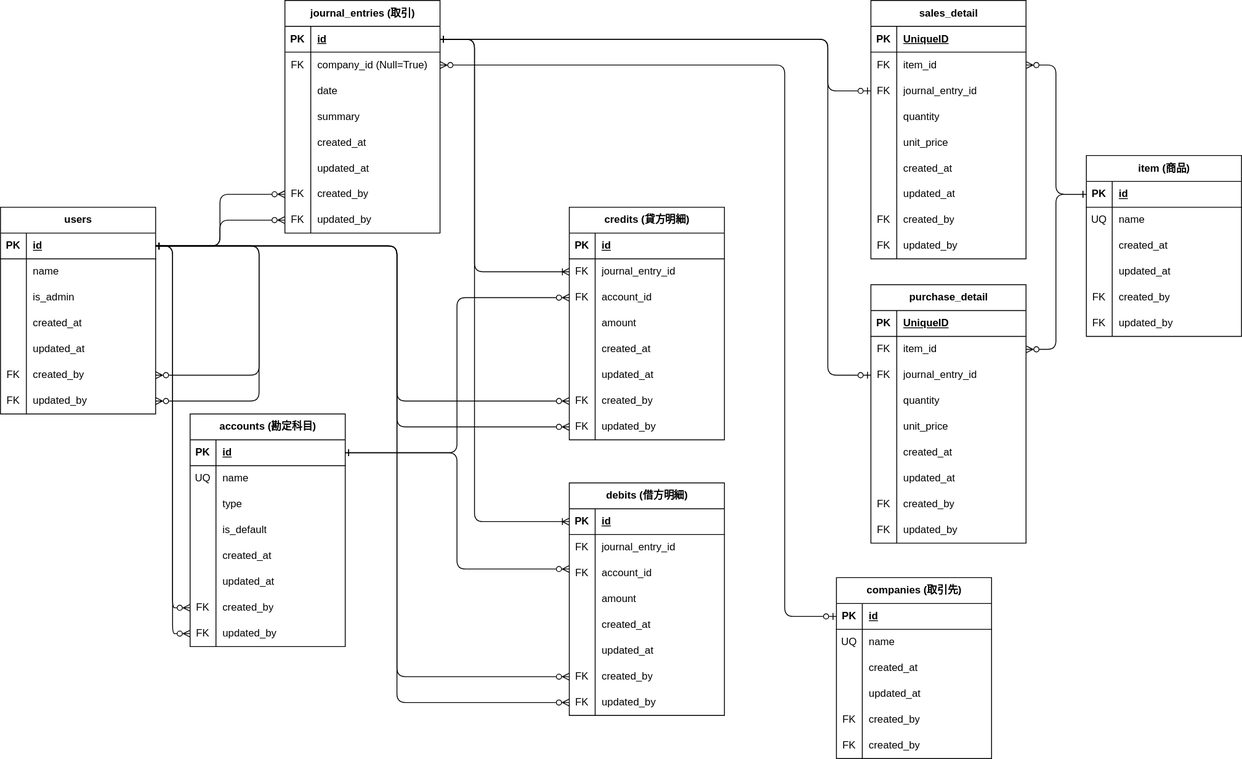
Earlier version of the draw.io export src/sample/ledger/e-r.drawio.svg (Kou-Yamaguchi/accounting). Source tidied: cells renumbered, new cells last; positions are measured from the earlier drawing's top-left corner, leaving out a move shared by most shapes.
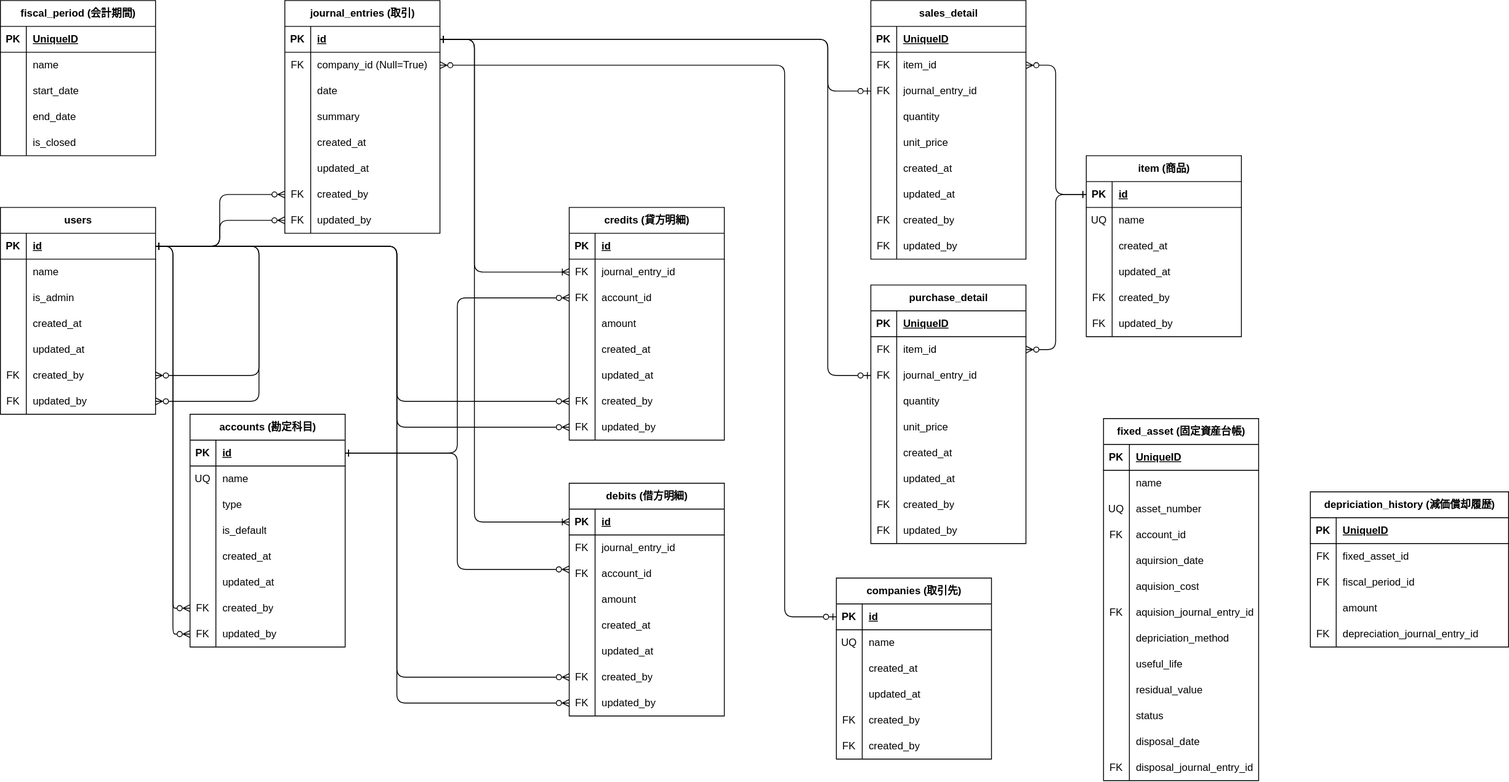
The same file after the commit.

The edit, as a diff of the source:
```diff
@@ -752,5 +752,221 @@
     <mxCell id="236" style="edgeStyle=elbowEdgeStyle;html=1;exitX=0;exitY=0.5;exitDx=0;exitDy=0;entryX=1;entryY=0.5;entryDx=0;entryDy=0;startArrow=ERone;startFill=0;endArrow=ERzeroToMany;endFill=0;" parent="1" edge="1" source="158" target="209">
       <mxGeometry relative="1" as="geometry" />
     </mxCell>
+    <mxCell id="237" value="fixed_asset (固定資産台帳)" style="shape=table;startSize=30;rowLines=0;fontStyle=1;align=center;html=1;" parent="1" vertex="1">
+      <mxGeometry x="1280" y="485" width="180" height="420" as="geometry" />
+    </mxCell>
+    <mxCell id="238" style="shape=tableRow;horizontal=0;startSize=0;swimlaneHead=0;swimlaneBody=0;fillColor=none;top=0;left=0;right=0;bottom=1;" parent="237" vertex="1">
+      <mxGeometry y="30" width="180" height="30" as="geometry" />
+    </mxCell>
+    <mxCell id="239" value="PK" style="shape=partialRectangle;fillColor=none;top=0;left=0;bottom=0;right=0;fontStyle=1;overflow=hidden;whiteSpace=wrap;html=1;" parent="238" vertex="1">
+      <mxGeometry width="30" height="30" as="geometry" />
+    </mxCell>
+    <mxCell id="240" value="UniqueID" style="shape=partialRectangle;fillColor=none;top=0;left=0;bottom=0;right=0;align=left;spacingLeft=6;fontStyle=5;overflow=hidden;whiteSpace=wrap;html=1;" parent="238" vertex="1">
+      <mxGeometry x="30" width="150" height="30" as="geometry" />
+    </mxCell>
+    <mxCell id="241" style="shape=tableRow;horizontal=0;startSize=0;swimlaneHead=0;swimlaneBody=0;fillColor=none;top=0;left=0;right=0;bottom=0;" parent="237" vertex="1">
+      <mxGeometry y="60" width="180" height="30" as="geometry" />
+    </mxCell>
+    <mxCell id="242" style="shape=partialRectangle;fillColor=none;top=0;left=0;bottom=0;right=0;overflow=hidden;whiteSpace=wrap;html=1;" parent="241" vertex="1">
+      <mxGeometry width="30" height="30" as="geometry" />
+    </mxCell>
+    <mxCell id="243" value="name" style="shape=partialRectangle;fillColor=none;top=0;left=0;bottom=0;right=0;align=left;spacingLeft=6;overflow=hidden;whiteSpace=wrap;html=1;" parent="241" vertex="1">
+      <mxGeometry x="30" width="150" height="30" as="geometry" />
+    </mxCell>
+    <mxCell id="244" style="shape=tableRow;horizontal=0;startSize=0;swimlaneHead=0;swimlaneBody=0;fillColor=none;top=0;left=0;right=0;bottom=0;" parent="237" vertex="1">
+      <mxGeometry y="90" width="180" height="30" as="geometry" />
+    </mxCell>
+    <mxCell id="245" value="UQ" style="shape=partialRectangle;fillColor=none;top=0;left=0;bottom=0;right=0;overflow=hidden;whiteSpace=wrap;html=1;" parent="244" vertex="1">
+      <mxGeometry width="30" height="30" as="geometry" />
+    </mxCell>
+    <mxCell id="246" value="asset_number" style="shape=partialRectangle;fillColor=none;top=0;left=0;bottom=0;right=0;align=left;spacingLeft=6;overflow=hidden;whiteSpace=wrap;html=1;" parent="244" vertex="1">
+      <mxGeometry x="30" width="150" height="30" as="geometry" />
+    </mxCell>
+    <mxCell id="247" style="shape=tableRow;horizontal=0;startSize=0;swimlaneHead=0;swimlaneBody=0;fillColor=none;top=0;left=0;right=0;bottom=0;" parent="237" vertex="1">
+      <mxGeometry y="120" width="180" height="30" as="geometry" />
+    </mxCell>
+    <mxCell id="248" value="FK" style="shape=partialRectangle;fillColor=none;top=0;left=0;bottom=0;right=0;overflow=hidden;whiteSpace=wrap;html=1;" parent="247" vertex="1">
+      <mxGeometry width="30" height="30" as="geometry" />
+    </mxCell>
+    <mxCell id="249" value="account_id" style="shape=partialRectangle;fillColor=none;top=0;left=0;bottom=0;right=0;align=left;spacingLeft=6;overflow=hidden;whiteSpace=wrap;html=1;" parent="247" vertex="1">
+      <mxGeometry x="30" width="150" height="30" as="geometry" />
+    </mxCell>
+    <mxCell id="250" style="shape=tableRow;horizontal=0;startSize=0;swimlaneHead=0;swimlaneBody=0;fillColor=none;top=0;left=0;right=0;bottom=0;" parent="237" vertex="1">
+      <mxGeometry y="150" width="180" height="30" as="geometry" />
+    </mxCell>
+    <mxCell id="251" style="shape=partialRectangle;fillColor=none;top=0;left=0;bottom=0;right=0;overflow=hidden;whiteSpace=wrap;html=1;" parent="250" vertex="1">
+      <mxGeometry width="30" height="30" as="geometry" />
+    </mxCell>
+    <mxCell id="252" value="aquirsion_date" style="shape=partialRectangle;fillColor=none;top=0;left=0;bottom=0;right=0;align=left;spacingLeft=6;overflow=hidden;whiteSpace=wrap;html=1;" parent="250" vertex="1">
+      <mxGeometry x="30" width="150" height="30" as="geometry" />
+    </mxCell>
+    <mxCell id="253" style="shape=tableRow;horizontal=0;startSize=0;swimlaneHead=0;swimlaneBody=0;fillColor=none;top=0;left=0;right=0;bottom=0;" parent="237" vertex="1">
+      <mxGeometry y="180" width="180" height="30" as="geometry" />
+    </mxCell>
+    <mxCell id="254" style="shape=partialRectangle;fillColor=none;top=0;left=0;bottom=0;right=0;overflow=hidden;whiteSpace=wrap;html=1;" parent="253" vertex="1">
+      <mxGeometry width="30" height="30" as="geometry" />
+    </mxCell>
+    <mxCell id="255" value="aquision_cost" style="shape=partialRectangle;fillColor=none;top=0;left=0;bottom=0;right=0;align=left;spacingLeft=6;overflow=hidden;whiteSpace=wrap;html=1;" parent="253" vertex="1">
+      <mxGeometry x="30" width="150" height="30" as="geometry" />
+    </mxCell>
+    <mxCell id="256" style="shape=tableRow;horizontal=0;startSize=0;swimlaneHead=0;swimlaneBody=0;fillColor=none;top=0;left=0;right=0;bottom=0;" parent="237" vertex="1">
+      <mxGeometry y="210" width="180" height="30" as="geometry" />
+    </mxCell>
+    <mxCell id="257" value="FK" style="shape=partialRectangle;fillColor=none;top=0;left=0;bottom=0;right=0;overflow=hidden;whiteSpace=wrap;html=1;" parent="256" vertex="1">
+      <mxGeometry width="30" height="30" as="geometry" />
+    </mxCell>
+    <mxCell id="258" value="aquision_journal_entry_id" style="shape=partialRectangle;fillColor=none;top=0;left=0;bottom=0;right=0;align=left;spacingLeft=6;overflow=hidden;whiteSpace=wrap;html=1;" parent="256" vertex="1">
+      <mxGeometry x="30" width="150" height="30" as="geometry" />
+    </mxCell>
+    <mxCell id="259" style="shape=tableRow;horizontal=0;startSize=0;swimlaneHead=0;swimlaneBody=0;fillColor=none;top=0;left=0;right=0;bottom=0;" parent="237" vertex="1">
+      <mxGeometry y="240" width="180" height="30" as="geometry" />
+    </mxCell>
+    <mxCell id="260" style="shape=partialRectangle;fillColor=none;top=0;left=0;bottom=0;right=0;overflow=hidden;whiteSpace=wrap;html=1;" parent="259" vertex="1">
+      <mxGeometry width="30" height="30" as="geometry" />
+    </mxCell>
+    <mxCell id="261" value="depriciation_method" style="shape=partialRectangle;fillColor=none;top=0;left=0;bottom=0;right=0;align=left;spacingLeft=6;overflow=hidden;whiteSpace=wrap;html=1;" parent="259" vertex="1">
+      <mxGeometry x="30" width="150" height="30" as="geometry" />
+    </mxCell>
+    <mxCell id="262" style="shape=tableRow;horizontal=0;startSize=0;swimlaneHead=0;swimlaneBody=0;fillColor=none;top=0;left=0;right=0;bottom=0;" parent="237" vertex="1">
+      <mxGeometry y="270" width="180" height="30" as="geometry" />
+    </mxCell>
+    <mxCell id="263" style="shape=partialRectangle;fillColor=none;top=0;left=0;bottom=0;right=0;overflow=hidden;whiteSpace=wrap;html=1;" parent="262" vertex="1">
+      <mxGeometry width="30" height="30" as="geometry" />
+    </mxCell>
+    <mxCell id="264" value="useful_life" style="shape=partialRectangle;fillColor=none;top=0;left=0;bottom=0;right=0;align=left;spacingLeft=6;overflow=hidden;whiteSpace=wrap;html=1;" parent="262" vertex="1">
+      <mxGeometry x="30" width="150" height="30" as="geometry" />
+    </mxCell>
+    <mxCell id="265" style="shape=tableRow;horizontal=0;startSize=0;swimlaneHead=0;swimlaneBody=0;fillColor=none;top=0;left=0;right=0;bottom=0;" parent="237" vertex="1">
+      <mxGeometry y="300" width="180" height="30" as="geometry" />
+    </mxCell>
+    <mxCell id="266" style="shape=partialRectangle;fillColor=none;top=0;left=0;bottom=0;right=0;overflow=hidden;whiteSpace=wrap;html=1;" parent="265" vertex="1">
+      <mxGeometry width="30" height="30" as="geometry" />
+    </mxCell>
+    <mxCell id="267" value="residual_value" style="shape=partialRectangle;fillColor=none;top=0;left=0;bottom=0;right=0;align=left;spacingLeft=6;overflow=hidden;whiteSpace=wrap;html=1;" parent="265" vertex="1">
+      <mxGeometry x="30" width="150" height="30" as="geometry" />
+    </mxCell>
+    <mxCell id="268" style="shape=tableRow;horizontal=0;startSize=0;swimlaneHead=0;swimlaneBody=0;fillColor=none;top=0;left=0;right=0;bottom=0;" parent="237" vertex="1">
+      <mxGeometry y="330" width="180" height="30" as="geometry" />
+    </mxCell>
+    <mxCell id="269" style="shape=partialRectangle;fillColor=none;top=0;left=0;bottom=0;right=0;overflow=hidden;whiteSpace=wrap;html=1;" parent="268" vertex="1">
+      <mxGeometry width="30" height="30" as="geometry" />
+    </mxCell>
+    <mxCell id="270" value="status" style="shape=partialRectangle;fillColor=none;top=0;left=0;bottom=0;right=0;align=left;spacingLeft=6;overflow=hidden;whiteSpace=wrap;html=1;" parent="268" vertex="1">
+      <mxGeometry x="30" width="150" height="30" as="geometry" />
+    </mxCell>
+    <mxCell id="271" style="shape=tableRow;horizontal=0;startSize=0;swimlaneHead=0;swimlaneBody=0;fillColor=none;top=0;left=0;right=0;bottom=0;" parent="237" vertex="1">
+      <mxGeometry y="360" width="180" height="30" as="geometry" />
+    </mxCell>
+    <mxCell id="272" style="shape=partialRectangle;fillColor=none;top=0;left=0;bottom=0;right=0;overflow=hidden;whiteSpace=wrap;html=1;" parent="271" vertex="1">
+      <mxGeometry width="30" height="30" as="geometry" />
+    </mxCell>
+    <mxCell id="273" value="disposal_date" style="shape=partialRectangle;fillColor=none;top=0;left=0;bottom=0;right=0;align=left;spacingLeft=6;overflow=hidden;whiteSpace=wrap;html=1;" parent="271" vertex="1">
+      <mxGeometry x="30" width="150" height="30" as="geometry" />
+    </mxCell>
+    <mxCell id="274" style="shape=tableRow;horizontal=0;startSize=0;swimlaneHead=0;swimlaneBody=0;fillColor=none;top=0;left=0;right=0;bottom=0;" parent="237" vertex="1">
+      <mxGeometry y="390" width="180" height="30" as="geometry" />
+    </mxCell>
+    <mxCell id="275" value="FK" style="shape=partialRectangle;fillColor=none;top=0;left=0;bottom=0;right=0;overflow=hidden;whiteSpace=wrap;html=1;" parent="274" vertex="1">
+      <mxGeometry width="30" height="30" as="geometry" />
+    </mxCell>
+    <mxCell id="276" value="disposal_journal_entry_id" style="shape=partialRectangle;fillColor=none;top=0;left=0;bottom=0;right=0;align=left;spacingLeft=6;overflow=hidden;whiteSpace=wrap;html=1;" parent="274" vertex="1">
+      <mxGeometry x="30" width="150" height="30" as="geometry" />
+    </mxCell>
+    <mxCell id="277" value="depriciation_history (減価償却履歴)" style="shape=table;startSize=30;rowLines=0;fontStyle=1;align=center;html=1;" parent="1" vertex="1">
+      <mxGeometry x="1520" y="570" width="230" height="180" as="geometry" />
+    </mxCell>
+    <mxCell id="278" style="shape=tableRow;horizontal=0;startSize=0;swimlaneHead=0;swimlaneBody=0;fillColor=none;top=0;left=0;right=0;bottom=1;" parent="277" vertex="1">
+      <mxGeometry y="30" width="230" height="30" as="geometry" />
+    </mxCell>
+    <mxCell id="279" value="PK" style="shape=partialRectangle;fillColor=none;top=0;left=0;bottom=0;right=0;fontStyle=1;overflow=hidden;whiteSpace=wrap;html=1;" parent="278" vertex="1">
+      <mxGeometry width="30" height="30" as="geometry" />
+    </mxCell>
+    <mxCell id="280" value="UniqueID" style="shape=partialRectangle;fillColor=none;top=0;left=0;bottom=0;right=0;align=left;spacingLeft=6;fontStyle=5;overflow=hidden;whiteSpace=wrap;html=1;" parent="278" vertex="1">
+      <mxGeometry x="30" width="200" height="30" as="geometry" />
+    </mxCell>
+    <mxCell id="281" style="shape=tableRow;horizontal=0;startSize=0;swimlaneHead=0;swimlaneBody=0;fillColor=none;top=0;left=0;right=0;bottom=0;" parent="277" vertex="1">
+      <mxGeometry y="60" width="230" height="30" as="geometry" />
+    </mxCell>
+    <mxCell id="282" value="FK" style="shape=partialRectangle;fillColor=none;top=0;left=0;bottom=0;right=0;overflow=hidden;whiteSpace=wrap;html=1;" parent="281" vertex="1">
+      <mxGeometry width="30" height="30" as="geometry" />
+    </mxCell>
+    <mxCell id="283" value="fixed_asset_id" style="shape=partialRectangle;fillColor=none;top=0;left=0;bottom=0;right=0;align=left;spacingLeft=6;overflow=hidden;whiteSpace=wrap;html=1;" parent="281" vertex="1">
+      <mxGeometry x="30" width="200" height="30" as="geometry" />
+    </mxCell>
+    <mxCell id="284" style="shape=tableRow;horizontal=0;startSize=0;swimlaneHead=0;swimlaneBody=0;fillColor=none;top=0;left=0;right=0;bottom=0;" parent="277" vertex="1">
+      <mxGeometry y="90" width="230" height="30" as="geometry" />
+    </mxCell>
+    <mxCell id="285" value="FK" style="shape=partialRectangle;fillColor=none;top=0;left=0;bottom=0;right=0;overflow=hidden;whiteSpace=wrap;html=1;" parent="284" vertex="1">
+      <mxGeometry width="30" height="30" as="geometry" />
+    </mxCell>
+    <mxCell id="286" value="fiscal_period_id" style="shape=partialRectangle;fillColor=none;top=0;left=0;bottom=0;right=0;align=left;spacingLeft=6;overflow=hidden;whiteSpace=wrap;html=1;" parent="284" vertex="1">
+      <mxGeometry x="30" width="200" height="30" as="geometry" />
+    </mxCell>
+    <mxCell id="287" style="shape=tableRow;horizontal=0;startSize=0;swimlaneHead=0;swimlaneBody=0;fillColor=none;top=0;left=0;right=0;bottom=0;" parent="277" vertex="1">
+      <mxGeometry y="120" width="230" height="30" as="geometry" />
+    </mxCell>
+    <mxCell id="288" style="shape=partialRectangle;fillColor=none;top=0;left=0;bottom=0;right=0;overflow=hidden;whiteSpace=wrap;html=1;" parent="287" vertex="1">
+      <mxGeometry width="30" height="30" as="geometry" />
+    </mxCell>
+    <mxCell id="289" value="amount" style="shape=partialRectangle;fillColor=none;top=0;left=0;bottom=0;right=0;align=left;spacingLeft=6;overflow=hidden;whiteSpace=wrap;html=1;" parent="287" vertex="1">
+      <mxGeometry x="30" width="200" height="30" as="geometry" />
+    </mxCell>
+    <mxCell id="290" style="shape=tableRow;horizontal=0;startSize=0;swimlaneHead=0;swimlaneBody=0;fillColor=none;top=0;left=0;right=0;bottom=0;" parent="277" vertex="1">
+      <mxGeometry y="150" width="230" height="30" as="geometry" />
+    </mxCell>
+    <mxCell id="291" value="FK" style="shape=partialRectangle;fillColor=none;top=0;left=0;bottom=0;right=0;overflow=hidden;whiteSpace=wrap;html=1;" parent="290" vertex="1">
+      <mxGeometry width="30" height="30" as="geometry" />
+    </mxCell>
+    <mxCell id="292" value="depreciation_journal_entry_id" style="shape=partialRectangle;fillColor=none;top=0;left=0;bottom=0;right=0;align=left;spacingLeft=6;overflow=hidden;whiteSpace=wrap;html=1;" parent="290" vertex="1">
+      <mxGeometry x="30" width="200" height="30" as="geometry" />
+    </mxCell>
+    <mxCell id="293" value="fiscal_period (会計期間)" style="shape=table;startSize=30;rowLines=0;fontStyle=1;align=center;html=1;" parent="1" vertex="1">
+      <mxGeometry width="180" height="180" as="geometry" />
+    </mxCell>
+    <mxCell id="294" style="shape=tableRow;horizontal=0;startSize=0;swimlaneHead=0;swimlaneBody=0;fillColor=none;top=0;left=0;right=0;bottom=1;" parent="293" vertex="1">
+      <mxGeometry y="30" width="180" height="30" as="geometry" />
+    </mxCell>
+    <mxCell id="295" value="PK" style="shape=partialRectangle;fillColor=none;top=0;left=0;bottom=0;right=0;fontStyle=1;overflow=hidden;whiteSpace=wrap;html=1;" parent="294" vertex="1">
+      <mxGeometry width="30" height="30" as="geometry" />
+    </mxCell>
+    <mxCell id="296" value="UniqueID" style="shape=partialRectangle;fillColor=none;top=0;left=0;bottom=0;right=0;align=left;spacingLeft=6;fontStyle=5;overflow=hidden;whiteSpace=wrap;html=1;" parent="294" vertex="1">
+      <mxGeometry x="30" width="150" height="30" as="geometry" />
+    </mxCell>
+    <mxCell id="297" style="shape=tableRow;horizontal=0;startSize=0;swimlaneHead=0;swimlaneBody=0;fillColor=none;top=0;left=0;right=0;bottom=0;" parent="293" vertex="1">
+      <mxGeometry y="60" width="180" height="30" as="geometry" />
+    </mxCell>
+    <mxCell id="298" style="shape=partialRectangle;fillColor=none;top=0;left=0;bottom=0;right=0;overflow=hidden;whiteSpace=wrap;html=1;" parent="297" vertex="1">
+      <mxGeometry width="30" height="30" as="geometry" />
+    </mxCell>
+    <mxCell id="299" value="name" style="shape=partialRectangle;fillColor=none;top=0;left=0;bottom=0;right=0;align=left;spacingLeft=6;overflow=hidden;whiteSpace=wrap;html=1;" parent="297" vertex="1">
+      <mxGeometry x="30" width="150" height="30" as="geometry" />
+    </mxCell>
+    <mxCell id="300" style="shape=tableRow;horizontal=0;startSize=0;swimlaneHead=0;swimlaneBody=0;fillColor=none;top=0;left=0;right=0;bottom=0;" parent="293" vertex="1">
+      <mxGeometry y="90" width="180" height="30" as="geometry" />
+    </mxCell>
+    <mxCell id="301" style="shape=partialRectangle;fillColor=none;top=0;left=0;bottom=0;right=0;overflow=hidden;whiteSpace=wrap;html=1;" parent="300" vertex="1">
+      <mxGeometry width="30" height="30" as="geometry" />
+    </mxCell>
+    <mxCell id="302" value="start_date" style="shape=partialRectangle;fillColor=none;top=0;left=0;bottom=0;right=0;align=left;spacingLeft=6;overflow=hidden;whiteSpace=wrap;html=1;" parent="300" vertex="1">
+      <mxGeometry x="30" width="150" height="30" as="geometry" />
+    </mxCell>
+    <mxCell id="303" style="shape=tableRow;horizontal=0;startSize=0;swimlaneHead=0;swimlaneBody=0;fillColor=none;top=0;left=0;right=0;bottom=0;" parent="293" vertex="1">
+      <mxGeometry y="120" width="180" height="30" as="geometry" />
+    </mxCell>
+    <mxCell id="304" style="shape=partialRectangle;fillColor=none;top=0;left=0;bottom=0;right=0;overflow=hidden;whiteSpace=wrap;html=1;" parent="303" vertex="1">
+      <mxGeometry width="30" height="30" as="geometry" />
+    </mxCell>
+    <mxCell id="305" value="end_date" style="shape=partialRectangle;fillColor=none;top=0;left=0;bottom=0;right=0;align=left;spacingLeft=6;overflow=hidden;whiteSpace=wrap;html=1;" parent="303" vertex="1">
+      <mxGeometry x="30" width="150" height="30" as="geometry" />
+    </mxCell>
+    <mxCell id="306" style="shape=tableRow;horizontal=0;startSize=0;swimlaneHead=0;swimlaneBody=0;fillColor=none;top=0;left=0;right=0;bottom=0;" parent="293" vertex="1">
+      <mxGeometry y="150" width="180" height="30" as="geometry" />
+    </mxCell>
+    <mxCell id="307" style="shape=partialRectangle;fillColor=none;top=0;left=0;bottom=0;right=0;overflow=hidden;whiteSpace=wrap;html=1;" parent="306" vertex="1">
+      <mxGeometry width="30" height="30" as="geometry" />
+    </mxCell>
+    <mxCell id="308" value="is_closed" style="shape=partialRectangle;fillColor=none;top=0;left=0;bottom=0;right=0;align=left;spacingLeft=6;overflow=hidden;whiteSpace=wrap;html=1;" parent="306" vertex="1">
+      <mxGeometry x="30" width="150" height="30" as="geometry" />
+    </mxCell>
   </root>
 </mxGraphModel>
```
